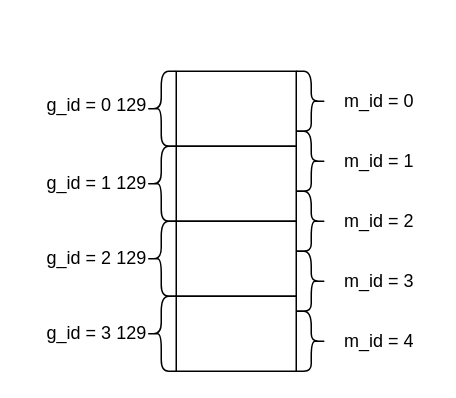
The draw.io diagram deepgemm.drawio in youzjuer/study, before the edit. Source tidied: cells renumbered, new cells numbered last; positions are measured from the earlier drawing's top-left corner, leaving out a move shared by most shapes. Both pictures are drawn from the tidied source at 150%, with x=0, y=0 at pixel (26, 70).
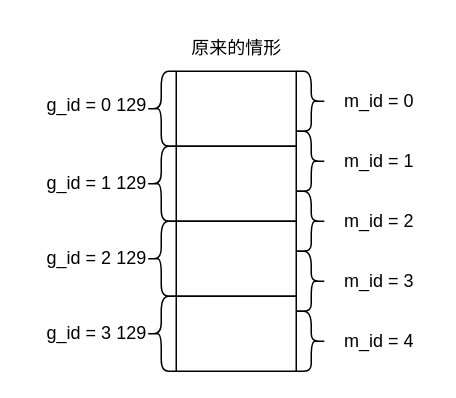
The same diagram, later.

Change to the diagram source:
```diff
@@
+    <mxCell id="28" value="原来的情形" style="text;html=1;align=center;verticalAlign=middle;strokeColor=none;fillColor=none;" parent="1" vertex="1">
+      <mxGeometry x="100" y="-30" width="80" height="30" as="geometry" />
+    </mxCell>
```
